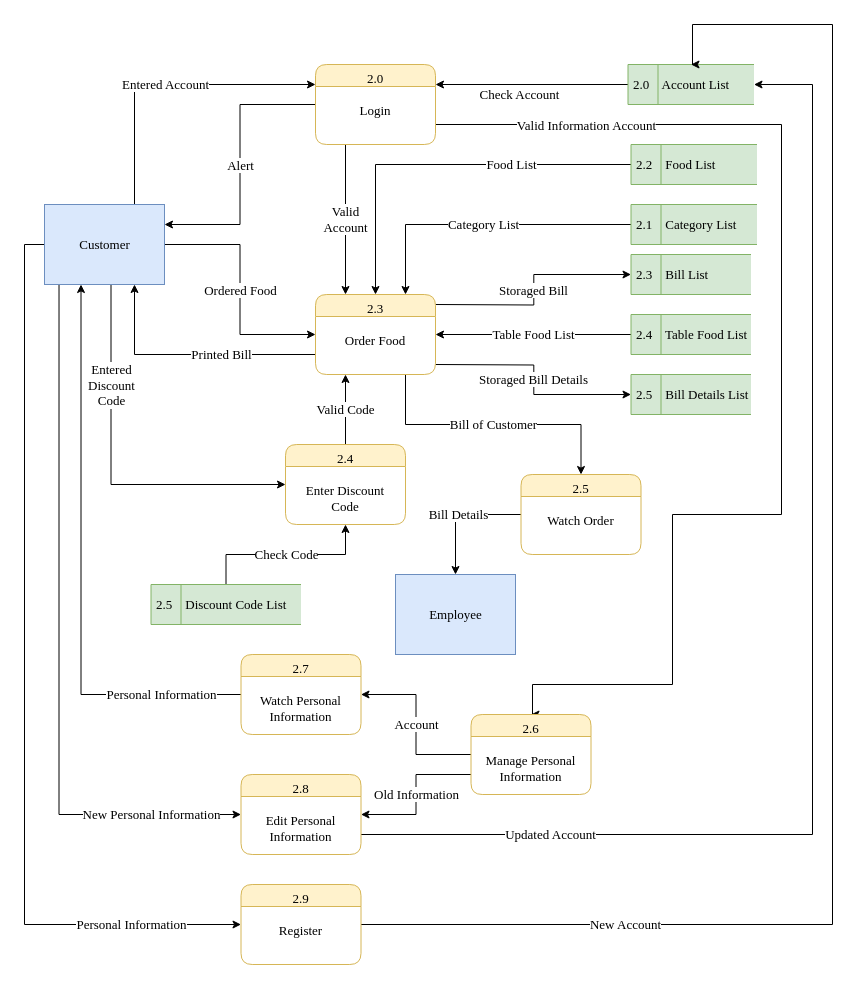
daomtthuan/do-an keeps this draw.io diagram as page "Level 2 - Customer" (6 of 9) of document/data flow/dfd.drawio. Above is the earlier version. Source tidied: cells renumbered, new cells numbered last; positions are measured from the earlier drawing's top-left corner, leaving out a move shared by most shapes. Both pictures are drawn from the tidied source at 100%, with x=0, y=0 at pixel (44, 24).
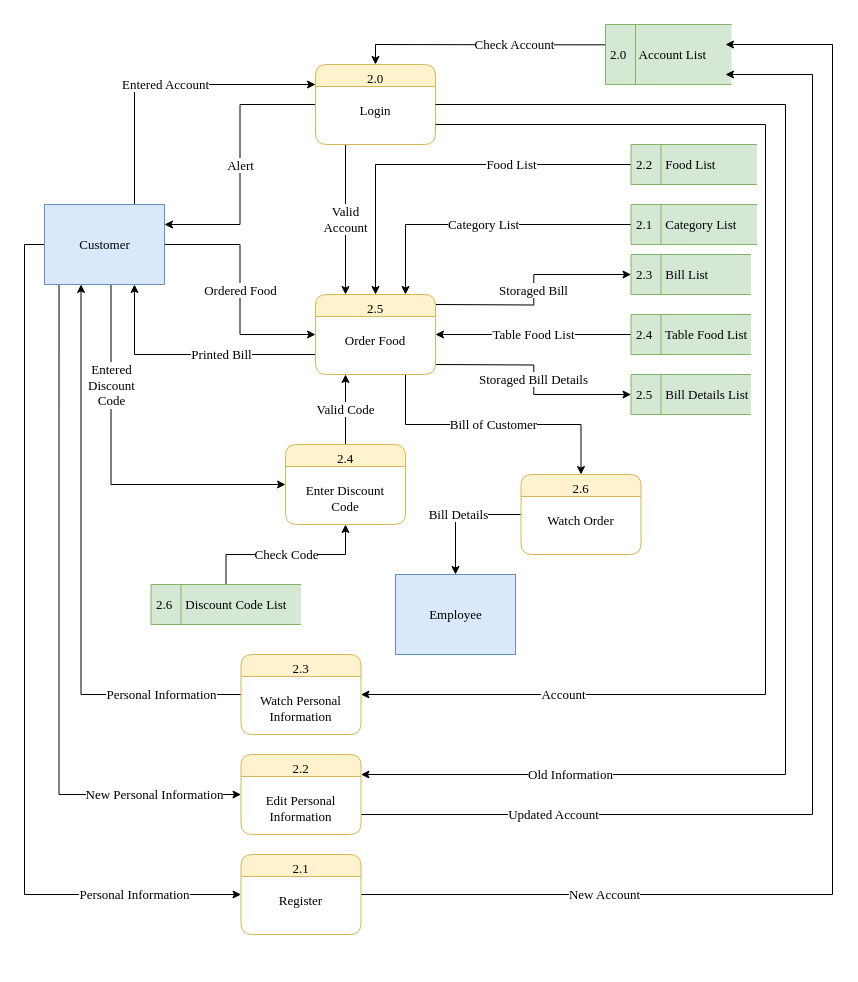
The same page after the edit.

Unchanged cells that the change refers to:
```xml
<mxCell id="12" value="2.0&#10;&#10;Login" style="swimlane;fontStyle=0;horizontal=1;startSize=22;fillColor=#fff2cc;swimlaneFillColor=#ffffff;rounded=1;strokeWidth=1;verticalAlign=top;arcSize=17;labelPosition=center;verticalLabelPosition=middle;align=center;fontFamily=Times New Roman;strokeColor=#d6b656;fontSize=13;" parent="1" vertex="1">
  <mxGeometry x="271" y="40" width="120" height="80" as="geometry" />
</mxCell>
```

Change to the diagram source:
```diff
@@
-    <mxCell id="10" style="edgeStyle=orthogonalEdgeStyle;rounded=0;jettySize=auto;html=1;exitX=1;exitY=0.75;exitDx=0;exitDy=0;entryX=0.5;entryY=0;entryDx=0;entryDy=0;fontFamily=Times New Roman;fontSize=13;" parent="1" edge="1" source="12" target="39">
-      <mxGeometry relative="1" as="geometry">
-        <Array as="points">
-          <mxPoint x="737" y="100" />
-          <mxPoint x="737" y="490" />
-          <mxPoint x="628" y="490" />
-          <mxPoint x="628" y="660" />
-          <mxPoint x="488" y="660" />
-        </Array>
-      </mxGeometry>
-    </mxCell>
-    <mxCell id="11" value="Valid Information Account" style="text;html=1;align=center;verticalAlign=middle;labelBackgroundColor=#ffffff;fontFamily=Times New Roman;fontSize=13;" parent="10" vertex="1">
-      <mxGeometry x="-0.77" y="-2" relative="1" as="geometry">
-        <mxPoint x="14" y="-2" as="offset" />
-      </mxGeometry>
-    </mxCell>
@@
-    <mxCell id="13" value="Check Account" style="edgeStyle=orthogonalEdgeStyle;rounded=0;jettySize=auto;html=1;entryX=1;entryY=0.25;entryDx=0;entryDy=0;exitX=0;exitY=0.5;exitDx=0;exitDy=0;fontFamily=Times New Roman;fontSize=13;" parent="1" edge="1" source="14" target="12">
-      <mxGeometry x="0.13" y="10" relative="1" as="geometry" />
+    <mxCell id="13" value="Check Account" style="edgeStyle=orthogonalEdgeStyle;rounded=0;jettySize=auto;html=1;entryX=0.5;entryY=0;entryDx=0;entryDy=0;fontFamily=Times New Roman;fontSize=13;exitX=0.009;exitY=0.339;exitDx=0;exitDy=0;exitPerimeter=0;" parent="1" edge="1" source="14" target="12">
+      <mxGeometry x="-0.27" relative="1" as="geometry" />
     </mxCell>
     <mxCell id="14" value="2.0&amp;nbsp; &amp;nbsp; Account List" style="html=1;dashed=0;whitespace=wrap;shape=mxgraph.dfd.dataStoreID;align=left;spacingLeft=3;points=[[0,0],[0.5,0],[1,0],[0,0.5],[1,0.5],[0,1],[0.5,1],[1,1]];fillColor=#d5e8d4;strokeColor=#82b366;fontFamily=Times New Roman;fontSize=13;" parent="1" vertex="1">
-      <mxGeometry x="583.5" y="40" width="126" height="40" as="geometry" />
+      <mxGeometry x="561" width="126" height="60" as="geometry" />
     </mxCell>
@@
-    <mxCell id="23" value="2.3&#10;&#10;Order Food" style="swimlane;fontStyle=0;horizontal=1;startSize=22;fillColor=#fff2cc;swimlaneFillColor=#ffffff;rounded=1;strokeWidth=1;verticalAlign=top;arcSize=17;labelPosition=center;verticalLabelPosition=middle;align=center;fontFamily=Times New Roman;strokeColor=#d6b656;fontSize=13;" parent="1" vertex="1">
+    <mxCell id="23" value="2.5&#10;&#10;Order Food" style="swimlane;fontStyle=0;horizontal=1;startSize=22;fillColor=#fff2cc;swimlaneFillColor=#ffffff;rounded=1;strokeWidth=1;verticalAlign=top;arcSize=17;labelPosition=center;verticalLabelPosition=middle;align=center;fontFamily=Times New Roman;strokeColor=#d6b656;fontSize=13;" parent="1" vertex="1">
       <mxGeometry x="271" y="270" width="120" height="80" as="geometry" />
     </mxCell>
@@
-    <mxCell id="27" value="2.5&amp;nbsp; &amp;nbsp; Discount Code List" style="html=1;dashed=0;whitespace=wrap;shape=mxgraph.dfd.dataStoreID;align=left;spacingLeft=3;points=[[0,0],[0.5,0],[1,0],[0,0.5],[1,0.5],[0,1],[0.5,1],[1,1]];fillColor=#d5e8d4;strokeColor=#82b366;fontFamily=Times New Roman;fontSize=13;" parent="1" vertex="1">
+    <mxCell id="27" value="2.6&amp;nbsp; &amp;nbsp; Discount Code List" style="html=1;dashed=0;whitespace=wrap;shape=mxgraph.dfd.dataStoreID;align=left;spacingLeft=3;points=[[0,0],[0.5,0],[1,0],[0,0.5],[1,0.5],[0,1],[0.5,1],[1,1]];fillColor=#d5e8d4;strokeColor=#82b366;fontFamily=Times New Roman;fontSize=13;" parent="1" vertex="1">
       <mxGeometry x="106.5" y="560" width="150" height="40" as="geometry" />
     </mxCell>
@@
-    <mxCell id="32" value="2.5&#10;&#10;Watch Order" style="swimlane;fontStyle=0;horizontal=1;startSize=22;fillColor=#fff2cc;swimlaneFillColor=#ffffff;rounded=1;strokeWidth=1;verticalAlign=top;arcSize=17;labelPosition=center;verticalLabelPosition=middle;align=center;fontFamily=Times New Roman;strokeColor=#d6b656;fontSize=13;" parent="1" vertex="1">
+    <mxCell id="32" value="2.6&#10;&#10;Watch Order" style="swimlane;fontStyle=0;horizontal=1;startSize=22;fillColor=#fff2cc;swimlaneFillColor=#ffffff;rounded=1;strokeWidth=1;verticalAlign=top;arcSize=17;labelPosition=center;verticalLabelPosition=middle;align=center;fontFamily=Times New Roman;strokeColor=#d6b656;fontSize=13;" parent="1" vertex="1">
       <mxGeometry x="476.5" y="450" width="120" height="80" as="geometry" />
     </mxCell>
@@
-    <mxCell id="36" value="Updated Account" style="edgeStyle=orthogonalEdgeStyle;rounded=0;jettySize=auto;html=1;entryX=1;entryY=0.5;entryDx=0;entryDy=0;exitX=1;exitY=0.75;exitDx=0;exitDy=0;fontFamily=Times New Roman;fontSize=13;" parent="1" edge="1" source="40" target="14">
+    <mxCell id="36" value="Updated Account" style="edgeStyle=orthogonalEdgeStyle;rounded=0;jettySize=auto;html=1;exitX=1;exitY=0.75;exitDx=0;exitDy=0;fontFamily=Times New Roman;fontSize=13;" parent="1" edge="1" source="40">
       <mxGeometry x="-0.7" relative="1" as="geometry">
+        <mxPoint x="681" y="50" as="targetPoint" />
         <Array as="points">
-          <mxPoint x="768" y="810" />
-          <mxPoint x="768" y="60" />
+          <mxPoint x="768" y="790" />
+          <mxPoint x="768" y="50" />
+          <mxPoint x="687" y="50" />
         </Array>
       </mxGeometry>
     </mxCell>
-    <mxCell id="37" value="Account" style="edgeStyle=orthogonalEdgeStyle;rounded=0;jettySize=auto;html=1;entryX=1;entryY=0.5;entryDx=0;entryDy=0;fontFamily=Times New Roman;fontSize=13;" parent="1" edge="1" source="39" target="41">
-      <mxGeometry relative="1" as="geometry" />
+    <mxCell id="37" value="Account" style="edgeStyle=orthogonalEdgeStyle;rounded=0;jettySize=auto;html=1;entryX=1;entryY=0.5;entryDx=0;entryDy=0;fontFamily=Times New Roman;fontSize=13;exitX=1;exitY=0.75;exitDx=0;exitDy=0;" parent="1" edge="1" source="12" target="41">
+      <mxGeometry x="0.69" relative="1" as="geometry">
+        <Array as="points">
+          <mxPoint x="721" y="100" />
+          <mxPoint x="721" y="670" />
+        </Array>
+      </mxGeometry>
     </mxCell>
-    <mxCell id="38" value="Old Information" style="edgeStyle=orthogonalEdgeStyle;rounded=0;jettySize=auto;html=1;exitX=0;exitY=0.75;exitDx=0;exitDy=0;entryX=1;entryY=0.5;entryDx=0;entryDy=0;fontFamily=Times New Roman;fontSize=13;" parent="1" edge="1" source="39" target="40">
-      <mxGeometry relative="1" as="geometry" />
+    <mxCell id="38" value="Old Information" style="edgeStyle=orthogonalEdgeStyle;rounded=0;jettySize=auto;html=1;exitX=1;exitY=0.5;exitDx=0;exitDy=0;fontFamily=Times New Roman;fontSize=13;entryX=1;entryY=0.25;entryDx=0;entryDy=0;" parent="1" edge="1" source="12" target="40">
+      <mxGeometry x="0.71" relative="1" as="geometry">
+        <Array as="points">
+          <mxPoint x="741" y="80" />
+          <mxPoint x="741" y="750" />
+        </Array>
+      </mxGeometry>
     </mxCell>
-    <mxCell id="39" value="2.6&#10;&#10;Manage Personal&#10;Information" style="swimlane;fontStyle=0;horizontal=1;startSize=22;fillColor=#fff2cc;swimlaneFillColor=#ffffff;rounded=1;strokeWidth=1;verticalAlign=top;arcSize=17;labelPosition=center;verticalLabelPosition=middle;align=center;fontFamily=Times New Roman;strokeColor=#d6b656;fontSize=13;" parent="1" vertex="1">
-      <mxGeometry x="426.5" y="690" width="120" height="80" as="geometry" />
-    </mxCell>
-    <mxCell id="40" value="2.8&#10;&#10;Edit Personal&#10;Information" style="swimlane;fontStyle=0;horizontal=1;startSize=22;fillColor=#fff2cc;swimlaneFillColor=#ffffff;rounded=1;strokeWidth=1;verticalAlign=top;arcSize=17;labelPosition=center;verticalLabelPosition=middle;align=center;fontFamily=Times New Roman;strokeColor=#d6b656;fontSize=13;" parent="1" vertex="1">
-      <mxGeometry x="196.5" y="750" width="120" height="80" as="geometry" />
+    <mxCell id="40" value="2.2&#10;&#10;Edit Personal&#10;Information" style="swimlane;fontStyle=0;horizontal=1;startSize=22;fillColor=#fff2cc;swimlaneFillColor=#ffffff;rounded=1;strokeWidth=1;verticalAlign=top;arcSize=17;labelPosition=center;verticalLabelPosition=middle;align=center;fontFamily=Times New Roman;strokeColor=#d6b656;fontSize=13;" parent="1" vertex="1">
+      <mxGeometry x="196.5" y="730" width="120" height="80" as="geometry" />
     </mxCell>
-    <mxCell id="41" value="2.7&#10;&#10;Watch Personal&#10;Information" style="swimlane;fontStyle=0;horizontal=1;startSize=22;fillColor=#fff2cc;swimlaneFillColor=#ffffff;rounded=1;strokeWidth=1;verticalAlign=top;arcSize=17;labelPosition=center;verticalLabelPosition=middle;align=center;fontFamily=Times New Roman;strokeColor=#d6b656;fontSize=13;" parent="1" vertex="1">
+    <mxCell id="41" value="2.3&#10;&#10;Watch Personal&#10;Information" style="swimlane;fontStyle=0;horizontal=1;startSize=22;fillColor=#fff2cc;swimlaneFillColor=#ffffff;rounded=1;strokeWidth=1;verticalAlign=top;arcSize=17;labelPosition=center;verticalLabelPosition=middle;align=center;fontFamily=Times New Roman;strokeColor=#d6b656;fontSize=13;" parent="1" vertex="1">
       <mxGeometry x="196.5" y="630" width="120" height="80" as="geometry" />
     </mxCell>
-    <mxCell id="42" value="New Account" style="edgeStyle=orthogonalEdgeStyle;rounded=0;jettySize=auto;html=1;entryX=0.5;entryY=0;entryDx=0;entryDy=0;exitX=1;exitY=0.5;exitDx=0;exitDy=0;fontFamily=Times New Roman;fontSize=13;" parent="1" edge="1" source="43" target="14">
+    <mxCell id="42" value="New Account" style="edgeStyle=orthogonalEdgeStyle;rounded=0;jettySize=auto;html=1;exitX=1;exitY=0.5;exitDx=0;exitDy=0;fontFamily=Times New Roman;fontSize=13;" parent="1" edge="1" source="43">
       <mxGeometry x="-0.66" relative="1" as="geometry">
+        <mxPoint x="681" y="20" as="targetPoint" />
         <Array as="points">
-          <mxPoint x="788" y="900" />
-          <mxPoint x="788" />
-          <mxPoint x="648" />
+          <mxPoint x="788" y="870" />
+          <mxPoint x="788" y="20" />
+          <mxPoint x="687" y="20" />
         </Array>
       </mxGeometry>
     </mxCell>
-    <mxCell id="43" value="2.9&#10;&#10;Register" style="swimlane;fontStyle=0;horizontal=1;startSize=22;fillColor=#fff2cc;swimlaneFillColor=#ffffff;rounded=1;strokeWidth=1;verticalAlign=top;arcSize=17;labelPosition=center;verticalLabelPosition=middle;align=center;fontFamily=Times New Roman;strokeColor=#d6b656;fontSize=13;" parent="1" vertex="1">
-      <mxGeometry x="196.5" y="860" width="120" height="80" as="geometry" />
+    <mxCell id="43" value="2.1&#10;&#10;Register" style="swimlane;fontStyle=0;horizontal=1;startSize=22;fillColor=#fff2cc;swimlaneFillColor=#ffffff;rounded=1;strokeWidth=1;verticalAlign=top;arcSize=17;labelPosition=center;verticalLabelPosition=middle;align=center;fontFamily=Times New Roman;strokeColor=#d6b656;fontSize=13;" parent="1" vertex="1">
+      <mxGeometry x="196.5" y="830" width="120" height="80" as="geometry" />
     </mxCell>
```
